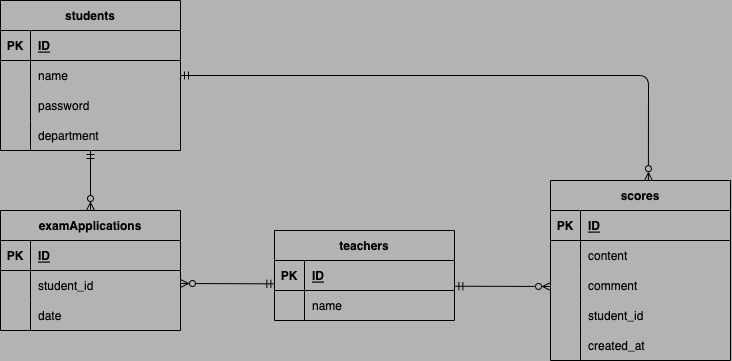
Above: index.drawio.png in daurora-net/20220906ueda (draw.io), before the change. Source tidied: cells renumbered, new cells last; positions are measured from the earlier drawing's top-left corner, leaving out a move shared by most shapes.
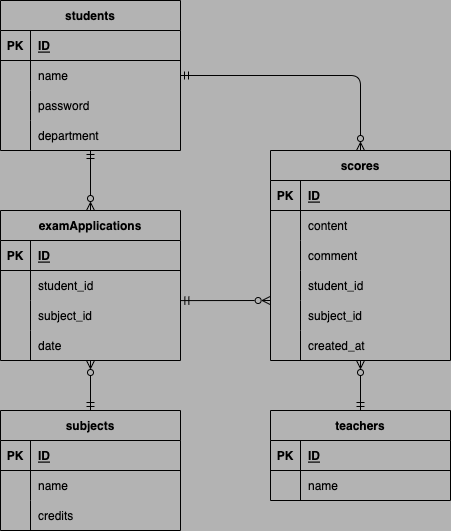
After the commit.

The edit, as a diff of the source:
```diff
@@ -46,11 +46,13 @@
     <mxCell id="15" value="department" style="shape=partialRectangle;fillColor=none;top=0;left=0;bottom=0;right=0;align=left;spacingLeft=6;overflow=hidden;" parent="13" vertex="1">
       <mxGeometry x="30" width="150" height="30" as="geometry" />
     </mxCell>
-    <mxCell id="16" style="edgeStyle=none;rounded=1;html=1;fontColor=#000000;startArrow=ERmandOne;startFill=0;endArrow=ERzeroToMany;endFill=0;entryX=0;entryY=0.533;entryDx=0;entryDy=0;entryPerimeter=0;exitX=1.002;exitY=0.857;exitDx=0;exitDy=0;exitPerimeter=0;" parent="1" edge="1" source="18" target="41">
-      <mxGeometry relative="1" as="geometry" />
+    <mxCell id="16" style="edgeStyle=none;rounded=1;html=1;fontColor=#000000;startArrow=ERmandOne;startFill=0;endArrow=ERzeroToMany;endFill=0;" parent="1" edge="1" source="17">
+      <mxGeometry relative="1" as="geometry">
+        <mxPoint x="360" y="360" as="targetPoint" />
+      </mxGeometry>
     </mxCell>
     <mxCell id="17" value="teachers" style="shape=table;startSize=30;rowLines=0;fontStyle=1;align=center;fillColor=none;" parent="1" vertex="1">
-      <mxGeometry x="274" y="230" width="180" height="90" as="geometry" />
+      <mxGeometry x="270" y="410" width="180" height="90" as="geometry" />
     </mxCell>
     <mxCell id="18" style="shape=partialRectangle;fillColor=none;top=0;left=0;bottom=1;right=0;points=[[0,0.5],[1,0.5]];portConstraint=eastwest;" parent="17" vertex="1">
       <mxGeometry y="30" width="180" height="30" as="geometry" />
@@ -70,8 +72,11 @@
     <mxCell id="23" value="name" style="shape=partialRectangle;fillColor=none;top=0;left=0;bottom=0;right=0;align=left;spacingLeft=6;overflow=hidden;" parent="21" vertex="1">
       <mxGeometry x="30" width="150" height="30" as="geometry" />
     </mxCell>
+    <mxCell id="52" style="edgeStyle=none;html=1;startArrow=ERzeroToMany;startFill=0;endArrow=ERmandOne;endFill=0;" parent="1" edge="1" source="24" target="59">
+      <mxGeometry relative="1" as="geometry" />
+    </mxCell>
     <mxCell id="24" value="examApplications" style="shape=table;startSize=30;rowLines=0;fontStyle=1;align=center;fillColor=none;" parent="1" vertex="1">
-      <mxGeometry y="210" width="180" height="120" as="geometry" />
+      <mxGeometry y="210" width="180" height="150" as="geometry" />
     </mxCell>
     <mxCell id="25" style="shape=partialRectangle;fillColor=none;top=0;left=0;bottom=1;right=0;" parent="24" vertex="1">
       <mxGeometry y="30" width="180" height="30" as="geometry" />
@@ -97,11 +102,20 @@
     <mxCell id="32" style="shape=partialRectangle;fillColor=none;top=0;left=0;bottom=0;right=0;overflow=hidden;" parent="31" vertex="1">
       <mxGeometry width="30" height="30" as="geometry" />
     </mxCell>
-    <mxCell id="33" value="date" style="shape=partialRectangle;fillColor=none;top=0;left=0;bottom=0;right=0;align=left;spacingLeft=6;overflow=hidden;" parent="31" vertex="1">
+    <mxCell id="33" value="subject_id" style="shape=partialRectangle;fillColor=none;top=0;left=0;bottom=0;right=0;align=left;spacingLeft=6;overflow=hidden;" parent="31" vertex="1">
       <mxGeometry x="30" width="150" height="30" as="geometry" />
     </mxCell>
+    <mxCell id="53" style="shape=partialRectangle;fillColor=none;top=0;left=0;bottom=0;right=0;" parent="24" vertex="1">
+      <mxGeometry y="120" width="180" height="30" as="geometry" />
+    </mxCell>
+    <mxCell id="54" style="shape=partialRectangle;fillColor=none;top=0;left=0;bottom=0;right=0;overflow=hidden;" parent="53" vertex="1">
+      <mxGeometry width="30" height="30" as="geometry" />
+    </mxCell>
+    <mxCell id="55" value="date" style="shape=partialRectangle;fillColor=none;top=0;left=0;bottom=0;right=0;align=left;spacingLeft=6;overflow=hidden;" parent="53" vertex="1">
+      <mxGeometry x="30" width="150" height="30" as="geometry" />
+    </mxCell>
     <mxCell id="34" value="scores" style="shape=table;startSize=30;rowLines=0;fontStyle=1;align=center;fillColor=none;" parent="1" vertex="1">
-      <mxGeometry x="550" y="180" width="180" height="180" as="geometry" />
+      <mxGeometry x="270" y="150" width="180" height="210" as="geometry" />
     </mxCell>
     <mxCell id="35" style="shape=partialRectangle;fillColor=none;top=0;left=0;bottom=1;right=0;" parent="34" vertex="1">
       <mxGeometry y="30" width="180" height="30" as="geometry" />
@@ -139,8 +153,17 @@
     <mxCell id="46" value="student_id" style="shape=partialRectangle;fillColor=none;top=0;left=0;bottom=0;right=0;align=left;spacingLeft=6;overflow=hidden;" parent="44" vertex="1">
       <mxGeometry x="30" width="150" height="30" as="geometry" />
     </mxCell>
+    <mxCell id="56" style="shape=partialRectangle;fillColor=none;top=0;left=0;bottom=0;right=0;" parent="34" vertex="1">
+      <mxGeometry y="150" width="180" height="30" as="geometry" />
+    </mxCell>
+    <mxCell id="57" style="shape=partialRectangle;fillColor=none;top=0;left=0;bottom=0;right=0;overflow=hidden;" parent="56" vertex="1">
+      <mxGeometry width="30" height="30" as="geometry" />
+    </mxCell>
+    <mxCell id="58" value="subject_id" style="shape=partialRectangle;fillColor=none;top=0;left=0;bottom=0;right=0;align=left;spacingLeft=6;overflow=hidden;" parent="56" vertex="1">
+      <mxGeometry x="30" width="150" height="30" as="geometry" />
+    </mxCell>
     <mxCell id="47" style="shape=partialRectangle;fillColor=none;top=0;left=0;bottom=0;right=0;" parent="34" vertex="1">
-      <mxGeometry y="150" width="180" height="30" as="geometry" />
+      <mxGeometry y="180" width="180" height="30" as="geometry" />
     </mxCell>
     <mxCell id="48" style="shape=partialRectangle;fillColor=none;top=0;left=0;bottom=0;right=0;overflow=hidden;" parent="47" vertex="1">
       <mxGeometry width="30" height="30" as="geometry" />
@@ -148,15 +171,46 @@
     <mxCell id="49" value="created_at" style="shape=partialRectangle;fillColor=none;top=0;left=0;bottom=0;right=0;align=left;spacingLeft=6;overflow=hidden;" parent="47" vertex="1">
       <mxGeometry x="30" width="150" height="30" as="geometry" />
     </mxCell>
-    <mxCell id="50" style="edgeStyle=none;rounded=1;html=1;fontColor=#000000;startArrow=ERzeroToMany;startFill=0;endArrow=ERmandOne;endFill=0;exitX=1;exitY=0.433;exitDx=0;exitDy=0;exitPerimeter=0;entryX=0.002;entryY=0.778;entryDx=0;entryDy=0;entryPerimeter=0;" parent="1" edge="1" source="28" target="18">
-      <mxGeometry relative="1" as="geometry" />
-    </mxCell>
-    <mxCell id="51" style="edgeStyle=none;rounded=1;html=1;entryX=0.544;entryY=0.001;entryDx=0;entryDy=0;entryPerimeter=0;fontColor=#000000;startArrow=ERmandOne;startFill=0;endArrow=ERzeroToMany;endFill=0;" parent="1" edge="1" source="7" target="34">
+    <mxCell id="51" style="edgeStyle=none;rounded=1;html=1;fontColor=#000000;startArrow=ERmandOne;startFill=0;endArrow=ERzeroToMany;endFill=0;" parent="1" edge="1" source="7">
       <mxGeometry relative="1" as="geometry">
+        <mxPoint x="360" y="150" as="targetPoint" />
         <Array as="points">
-          <mxPoint x="648" y="75" />
+          <mxPoint x="360" y="75" />
         </Array>
       </mxGeometry>
     </mxCell>
+    <mxCell id="59" value="subjects" style="shape=table;startSize=30;rowLines=0;fontStyle=1;align=center;fillColor=none;" parent="1" vertex="1">
+      <mxGeometry y="410" width="180" height="120" as="geometry" />
+    </mxCell>
+    <mxCell id="60" style="shape=partialRectangle;fillColor=none;top=0;left=0;bottom=1;right=0;" parent="59" vertex="1">
+      <mxGeometry y="30" width="180" height="30" as="geometry" />
+    </mxCell>
+    <mxCell id="61" value="PK" style="shape=partialRectangle;fillColor=none;top=0;left=0;bottom=0;right=0;fontStyle=1;overflow=hidden;" parent="60" vertex="1">
+      <mxGeometry width="30" height="30" as="geometry" />
+    </mxCell>
+    <mxCell id="62" value="ID" style="shape=partialRectangle;fillColor=none;top=0;left=0;bottom=0;right=0;align=left;spacingLeft=6;fontStyle=5;overflow=hidden;" parent="60" vertex="1">
+      <mxGeometry x="30" width="150" height="30" as="geometry" />
+    </mxCell>
+    <mxCell id="63" style="shape=partialRectangle;fillColor=none;top=0;left=0;bottom=0;right=0;" parent="59" vertex="1">
+      <mxGeometry y="60" width="180" height="30" as="geometry" />
+    </mxCell>
+    <mxCell id="64" style="shape=partialRectangle;fillColor=none;top=0;left=0;bottom=0;right=0;overflow=hidden;" parent="63" vertex="1">
+      <mxGeometry width="30" height="30" as="geometry" />
+    </mxCell>
+    <mxCell id="65" value="name" style="shape=partialRectangle;fillColor=none;top=0;left=0;bottom=0;right=0;align=left;spacingLeft=6;overflow=hidden;" parent="63" vertex="1">
+      <mxGeometry x="30" width="150" height="30" as="geometry" />
+    </mxCell>
+    <mxCell id="66" style="shape=partialRectangle;fillColor=none;top=0;left=0;bottom=0;right=0;" parent="59" vertex="1">
+      <mxGeometry y="90" width="180" height="30" as="geometry" />
+    </mxCell>
+    <mxCell id="67" style="shape=partialRectangle;fillColor=none;top=0;left=0;bottom=0;right=0;overflow=hidden;" parent="66" vertex="1">
+      <mxGeometry width="30" height="30" as="geometry" />
+    </mxCell>
+    <mxCell id="68" value="credits" style="shape=partialRectangle;fillColor=none;top=0;left=0;bottom=0;right=0;align=left;spacingLeft=6;overflow=hidden;" parent="66" vertex="1">
+      <mxGeometry x="30" width="150" height="30" as="geometry" />
+    </mxCell>
+    <mxCell id="69" style="edgeStyle=none;html=1;startArrow=ERmandOne;startFill=0;endArrow=ERzeroToMany;endFill=0;exitX=1.002;exitY=0.003;exitDx=0;exitDy=0;exitPerimeter=0;entryX=-0.002;entryY=1;entryDx=0;entryDy=0;entryPerimeter=0;" parent="1" edge="1" source="31" target="44">
+      <mxGeometry relative="1" as="geometry" />
+    </mxCell>
   </root>
 </mxGraphModel>
```
